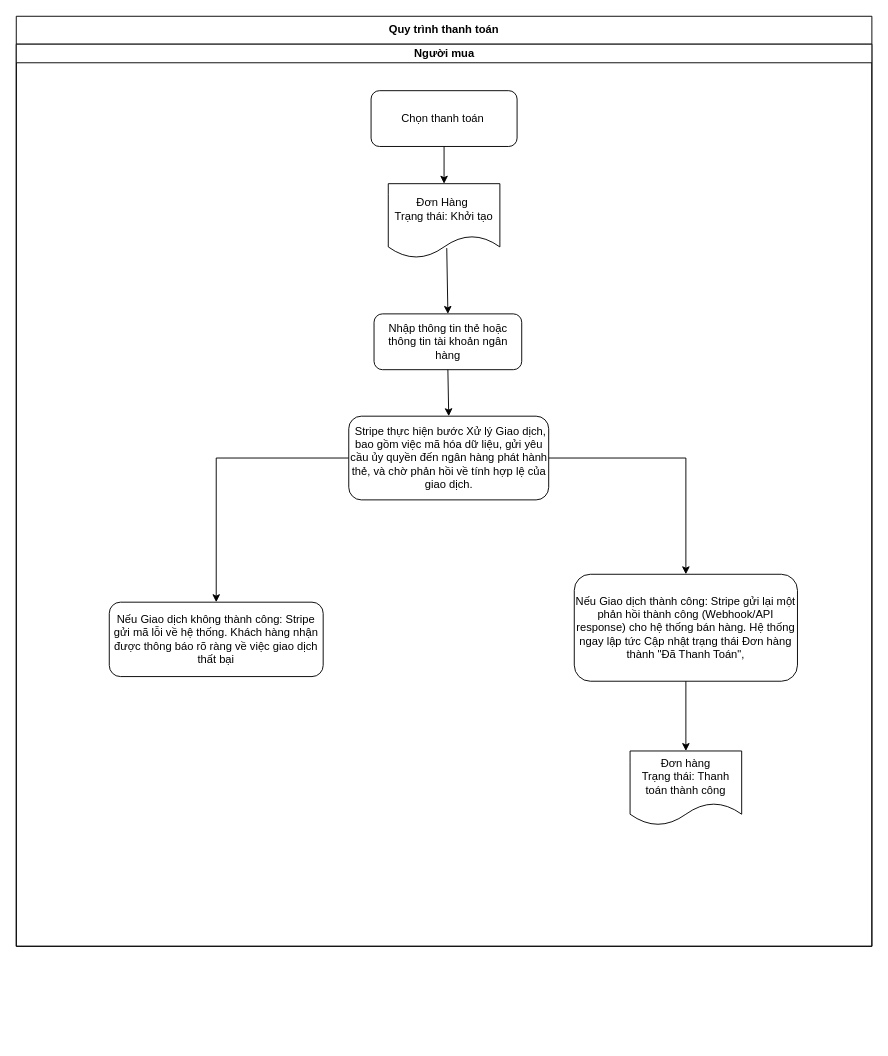
Above: Diagram/BusinessFlow/ThanhToan.drawio in DiagaticSnith/goshop (draw.io), before the change. Source tidied: cells renumbered, new cells numbered last; positions are measured from the earlier drawing's top-left corner, leaving out a move shared by most shapes. Both pictures are drawn from the tidied source at 93%, with x=0, y=0 at pixel (16, 16).
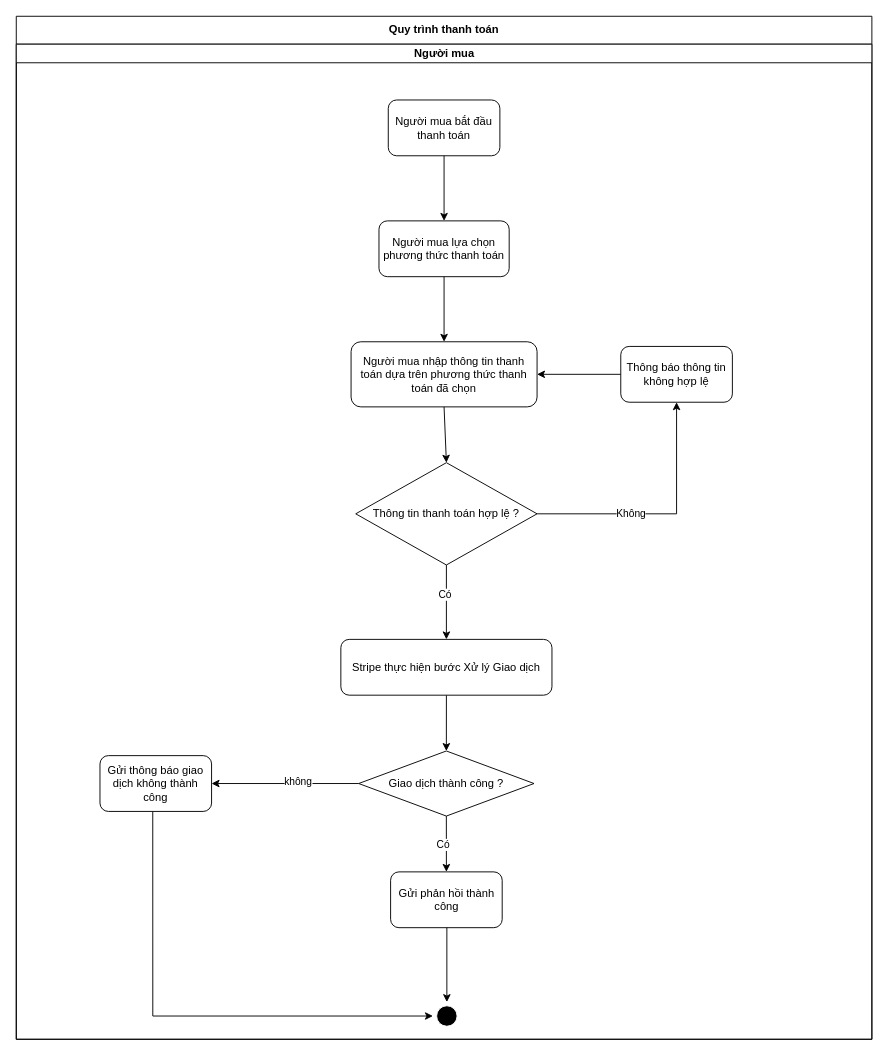
Above is the later version.

The edit, as a diff of the source:
```diff
@@
     <mxCell id="2" value="Quy trình thanh toán" style="swimlane;html=1;startSize=30;whiteSpace=wrap;" parent="1" vertex="1">
-      <mxGeometry width="920" height="1000" as="geometry" />
+      <mxGeometry width="920" height="1100" as="geometry" />
     </mxCell>
     <mxCell id="3" value="Người mua" style="swimlane;html=1;startSize=20;" parent="2" vertex="1">
-      <mxGeometry y="30" width="920" height="970" as="geometry" />
+      <mxGeometry y="30" width="920" height="1070" as="geometry" />
     </mxCell>
-    <mxCell id="4" value="Chọn thanh toán&amp;nbsp;" style="rounded=1;whiteSpace=wrap;html=1;" parent="3" vertex="1">
-      <mxGeometry x="381.5" y="50" width="157" height="60" as="geometry" />
-    </mxCell>
-    <mxCell id="5" style="endArrow=classic;html=1;rounded=0;exitX=0.5;exitY=1;exitDx=0;exitDy=0;entryX=0.5;entryY=0;entryDx=0;entryDy=0;" parent="3" edge="1" source="4" target="13">
-      <mxGeometry relative="1" as="geometry" />
-    </mxCell>
-    <mxCell id="6" value="Nhập thông tin thẻ hoặc thông tin tài khoản ngân hàng" style="rounded=1;whiteSpace=wrap;html=1;" parent="3" vertex="1">
-      <mxGeometry x="384.7" y="290" width="158.8" height="60" as="geometry" />
-    </mxCell>
-    <mxCell id="7" style="endArrow=classic;html=1;rounded=0;exitX=0.5;exitY=1;exitDx=0;exitDy=0;entryX=0.5;entryY=0;entryDx=0;entryDy=0;" parent="3" edge="1" source="6" target="9">
-      <mxGeometry relative="1" as="geometry" />
-    </mxCell>
-    <mxCell id="8" style="endArrow=classic;html=1;rounded=0;exitX=0;exitY=0.5;exitDx=0;exitDy=0;entryX=0.5;entryY=0;entryDx=0;entryDy=0;edgeStyle=orthogonalEdgeStyle;" parent="3" edge="1" source="9" target="10">
-      <mxGeometry relative="1" as="geometry" />
-    </mxCell>
-    <mxCell id="9" value="&lt;p class=&quot;MsoNormal&quot;&gt;&lt;font face=&quot;Helvetica&quot;&gt;&amp;nbsp;Stripe thực hiện bước Xử lý Giao dịch, bao gồm việc mã hóa dữ liệu, gửi yêu cầu ủy quyền đến ngân hàng phát hành thẻ, và chờ phản hồi về tính hợp lệ của giao dịch.&lt;/font&gt;&lt;/p&gt;" style="rounded=1;whiteSpace=wrap;html=1;" parent="3" vertex="1">
-      <mxGeometry x="357.5" y="400" width="215" height="90" as="geometry" />
-    </mxCell>
-    <mxCell id="10" value="&lt;p class=&quot;MsoNormal&quot;&gt;&lt;font face=&quot;Helvetica&quot;&gt;Nếu Giao dịch không thành công: Stripe gửi mã lỗi về hệ thống. Khách hàng nhận được thông báo rõ ràng về việc giao dịch thất bại&lt;/font&gt;&lt;/p&gt;" style="rounded=1;whiteSpace=wrap;html=1;" parent="3" vertex="1">
-      <mxGeometry x="100" y="600" width="230" height="80" as="geometry" />
-    </mxCell>
-    <mxCell id="11" style="endArrow=classic;html=1;rounded=0;exitX=1;exitY=0.5;exitDx=0;exitDy=0;entryX=0.5;entryY=0;entryDx=0;entryDy=0;edgeStyle=orthogonalEdgeStyle;" parent="3" edge="1" source="9" target="12">
-      <mxGeometry relative="1" as="geometry" />
-    </mxCell>
-    <mxCell id="12" value="&lt;p class=&quot;MsoNormal&quot;&gt;&lt;font face=&quot;Helvetica&quot;&gt;Nếu Giao dịch thành công: Stripe gửi lại một phản hồi thành công (Webhook/API response) cho hệ thống bán hàng. Hệ thống ngay lập tức Cập nhật trạng thái Đơn hàng thành &quot;Đã Thanh Toán&quot;,&lt;/font&gt;&lt;/p&gt;" style="rounded=1;whiteSpace=wrap;html=1;" parent="3" vertex="1">
-      <mxGeometry x="600" y="570" width="240" height="115" as="geometry" />
-    </mxCell>
-    <mxCell id="13" value="Đơn Hàng&amp;nbsp;&lt;div&gt;Trạng thái: Khởi tạo&lt;/div&gt;" style="shape=document;whiteSpace=wrap;html=1;boundedLbl=1;" parent="3" vertex="1">
-      <mxGeometry x="400" y="150" width="120" height="80" as="geometry" />
-    </mxCell>
-    <mxCell id="14" style="endArrow=classic;html=1;rounded=0;exitX=0.524;exitY=0.866;exitDx=0;exitDy=0;exitPerimeter=0;entryX=0.5;entryY=0;entryDx=0;entryDy=0;" parent="3" edge="1" source="13" target="6">
-      <mxGeometry relative="1" as="geometry" />
-    </mxCell>
-    <mxCell id="15" style="endArrow=classic;html=1;rounded=0;exitX=0.5;exitY=1;exitDx=0;exitDy=0;entryX=0.5;entryY=0;entryDx=0;entryDy=0;" parent="3" edge="1" source="12" target="16">
-      <mxGeometry relative="1" as="geometry" />
-    </mxCell>
-    <mxCell id="16" value="Đơn hàng&lt;div&gt;Trạng thái: Thanh toán thành công&lt;/div&gt;" style="shape=document;whiteSpace=wrap;html=1;boundedLbl=1;" parent="3" vertex="1">
-      <mxGeometry x="660" y="760" width="120" height="80" as="geometry" />
-    </mxCell>
+    <mxCell id="17" value="Người mua bắt đầu thanh toán" style="rounded=1;whiteSpace=wrap;html=1;" parent="3" vertex="1">
+      <mxGeometry x="400" y="60" width="120" height="60" as="geometry" />
+    </mxCell>
+    <mxCell id="18" style="endArrow=classic;html=1;rounded=0;exitX=0.5;exitY=1;exitDx=0;exitDy=0;entryX=0.5;entryY=0;entryDx=0;entryDy=0;" parent="3" edge="1" source="17" target="19">
+      <mxGeometry relative="1" as="geometry" />
+    </mxCell>
+    <mxCell id="19" value="Người mua lựa chọn phương thức thanh toán" style="rounded=1;whiteSpace=wrap;html=1;" parent="3" vertex="1">
+      <mxGeometry x="390" y="190" width="140" height="60" as="geometry" />
+    </mxCell>
+    <mxCell id="20" style="endArrow=classic;html=1;rounded=0;exitX=0.5;exitY=1;exitDx=0;exitDy=0;entryX=0.5;entryY=0;entryDx=0;entryDy=0;" parent="3" edge="1" source="19" target="21">
+      <mxGeometry relative="1" as="geometry" />
+    </mxCell>
+    <mxCell id="21" value="Người mua nhập thông tin thanh toán dựa trên phương thức thanh toán đã chọn" style="rounded=1;whiteSpace=wrap;html=1;" parent="3" vertex="1">
+      <mxGeometry x="360" y="320" width="200" height="70" as="geometry" />
+    </mxCell>
+    <mxCell id="22" style="endArrow=classic;html=1;rounded=0;exitX=0.5;exitY=1;exitDx=0;exitDy=0;entryX=0.5;entryY=0;entryDx=0;entryDy=0;" parent="3" edge="1" source="21" target="23">
+      <mxGeometry relative="1" as="geometry" />
+    </mxCell>
+    <mxCell id="23" value="Thông tin thanh toán hợp lệ ?" style="rhombus;whiteSpace=wrap;html=1;" parent="3" vertex="1">
+      <mxGeometry x="365" y="450" width="195" height="110" as="geometry" />
+    </mxCell>
+    <mxCell id="24" value="Thông báo thông tin không hợp lệ" style="rounded=1;whiteSpace=wrap;html=1;" parent="3" vertex="1">
+      <mxGeometry x="650" y="325" width="120" height="60" as="geometry" />
+    </mxCell>
+    <mxCell id="25" style="endArrow=classic;html=1;rounded=0;exitX=1;exitY=0.5;exitDx=0;exitDy=0;entryX=0.5;entryY=1;entryDx=0;entryDy=0;edgeStyle=orthogonalEdgeStyle;" parent="3" edge="1" source="23" target="24">
+      <mxGeometry relative="1" as="geometry" />
+    </mxCell>
+    <mxCell id="26" value="Không" style="edgeLabel;html=1;align=center;verticalAlign=middle;" parent="25" vertex="1">
+      <mxGeometry x="-0.27" y="1" relative="1" as="geometry">
+        <mxPoint x="1" as="offset" />
+      </mxGeometry>
+    </mxCell>
+    <mxCell id="27" style="endArrow=classic;html=1;rounded=0;exitX=0;exitY=0.5;exitDx=0;exitDy=0;entryX=1;entryY=0.5;entryDx=0;entryDy=0;" parent="3" edge="1" source="24" target="21">
+      <mxGeometry relative="1" as="geometry" />
+    </mxCell>
+    <mxCell id="28" style="endArrow=classic;html=1;rounded=0;exitX=0.5;exitY=1;exitDx=0;exitDy=0;entryX=0.5;entryY=0;entryDx=0;entryDy=0;" parent="3" edge="1" source="23" target="40">
+      <mxGeometry relative="1" as="geometry" />
+    </mxCell>
+    <mxCell id="29" value="Có" style="edgeLabel;html=1;align=center;verticalAlign=middle;" parent="28" vertex="1">
+      <mxGeometry x="-0.23" y="-2" relative="1" as="geometry" />
+    </mxCell>
+    <mxCell id="30" style="endArrow=classic;html=1;rounded=0;exitX=0.5;exitY=1;exitDx=0;exitDy=0;" parent="3" edge="1" source="40" target="31">
+      <mxGeometry relative="1" as="geometry" />
+    </mxCell>
+    <mxCell id="31" value="Giao dịch thành công ?" style="rhombus;whiteSpace=wrap;html=1;" parent="3" vertex="1">
+      <mxGeometry x="368.2" y="760" width="188.5" height="70" as="geometry" />
+    </mxCell>
+    <mxCell id="32" style="endArrow=classic;html=1;rounded=0;exitX=0.5;exitY=1;exitDx=0;exitDy=0;entryX=0.5;entryY=0;entryDx=0;entryDy=0;" parent="3" edge="1" source="31" target="34">
+      <mxGeometry relative="1" as="geometry" />
+    </mxCell>
+    <mxCell id="33" value="Có" style="edgeLabel;html=1;align=center;verticalAlign=middle;" parent="32" vertex="1">
+      <mxGeometry x="-0.01" y="-3" relative="1" as="geometry">
+        <mxPoint x="-1" as="offset" />
+      </mxGeometry>
+    </mxCell>
+    <mxCell id="34" value="Gửi phản hồi thành công" style="rounded=1;whiteSpace=wrap;html=1;" parent="3" vertex="1">
+      <mxGeometry x="402.5" y="890" width="120" height="60" as="geometry" />
+    </mxCell>
+    <mxCell id="35" style="endArrow=classic;html=1;rounded=0;exitX=0;exitY=0.5;exitDx=0;exitDy=0;entryX=1;entryY=0.5;entryDx=0;entryDy=0;" parent="3" edge="1" source="31" target="37">
+      <mxGeometry relative="1" as="geometry" />
+    </mxCell>
+    <mxCell id="36" value="không" style="edgeLabel;html=1;align=center;verticalAlign=middle;" parent="35" vertex="1">
+      <mxGeometry x="-0.16" y="-3" relative="1" as="geometry" />
+    </mxCell>
+    <mxCell id="37" value="Gửi thông báo giao dịch không thành công" style="rounded=1;whiteSpace=wrap;html=1;" parent="3" vertex="1">
+      <mxGeometry x="90" y="765" width="120" height="60" as="geometry" />
+    </mxCell>
+    <mxCell id="38" style="ellipse;html=1;shape=endState;fillColor=#000000;strokeColor=#ffffff;" parent="3" vertex="1">
+      <mxGeometry x="448" y="1030" width="30" height="30" as="geometry" />
+    </mxCell>
+    <mxCell id="39" style="endArrow=classic;html=1;rounded=0;exitX=0.473;exitY=1.006;exitDx=0;exitDy=0;exitPerimeter=0;entryX=0;entryY=0.5;entryDx=0;entryDy=0;edgeStyle=orthogonalEdgeStyle;" parent="3" edge="1" source="37" target="38">
+      <mxGeometry relative="1" as="geometry" />
+    </mxCell>
+    <mxCell id="40" value="Stripe thực hiện bước Xử lý Giao dịch" style="rounded=1;whiteSpace=wrap;html=1;" parent="3" vertex="1">
+      <mxGeometry x="349" y="640" width="227" height="60" as="geometry" />
+    </mxCell>
+    <mxCell id="41" style="endArrow=classic;html=1;rounded=0;entryX=0.5;entryY=0;entryDx=0;entryDy=0;" parent="1" edge="1" target="38">
+      <mxGeometry relative="1" as="geometry">
+        <mxPoint x="463" y="980" as="sourcePoint" />
+      </mxGeometry>
+    </mxCell>
```
